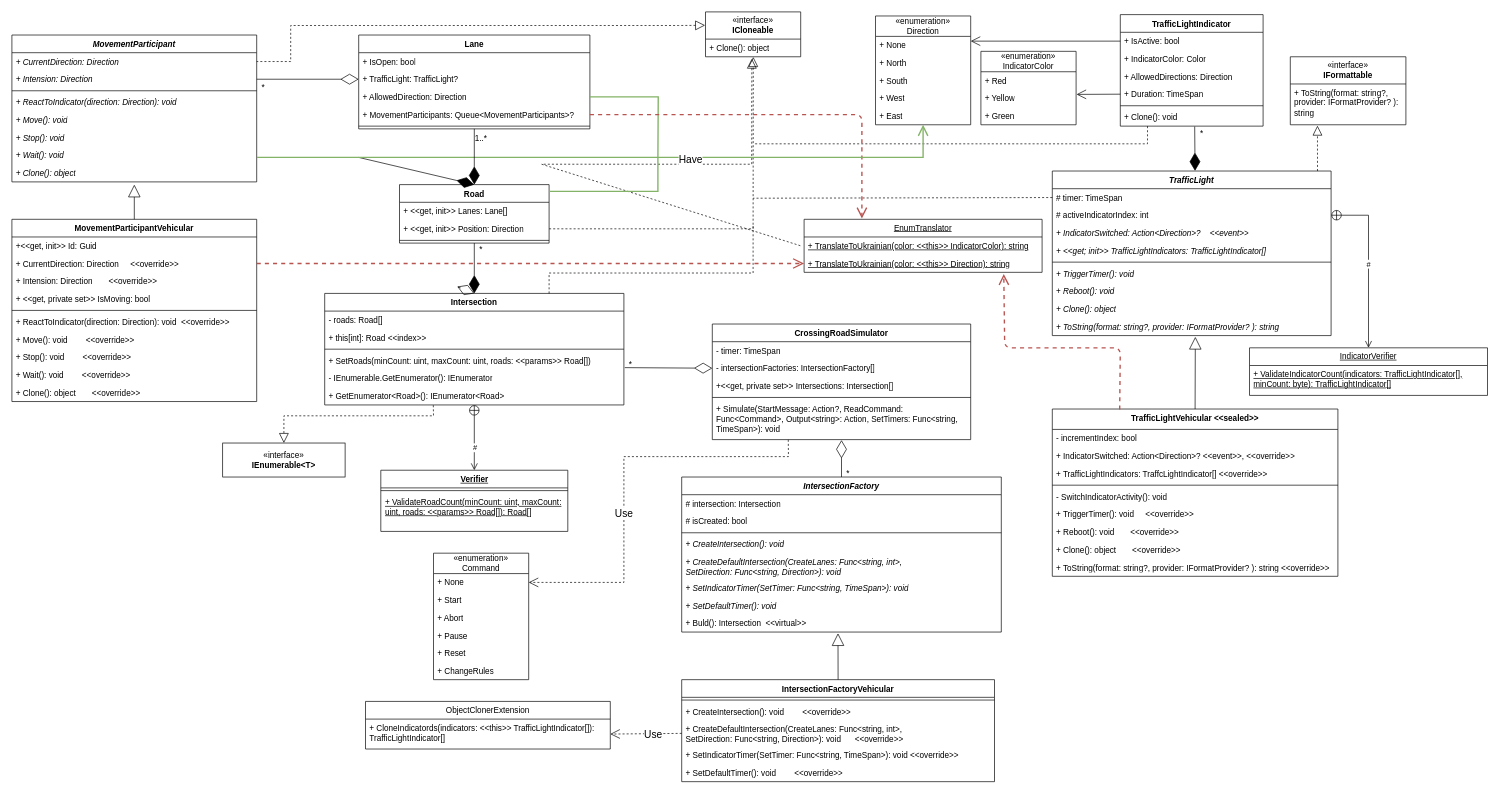
Above: Home_task_8/Diagrams/CrossRoad.drawio in bohdanex/SSWU_BohdanMykhats_NET_CAMP (draw.io), before the change. Source tidied: cells renumbered, new cells numbered last; positions are measured from the earlier drawing's top-left corner, leaving out a move shared by most shapes. Both pictures are drawn from the tidied source at 68%, with x=0, y=0 at pixel (12, 12).
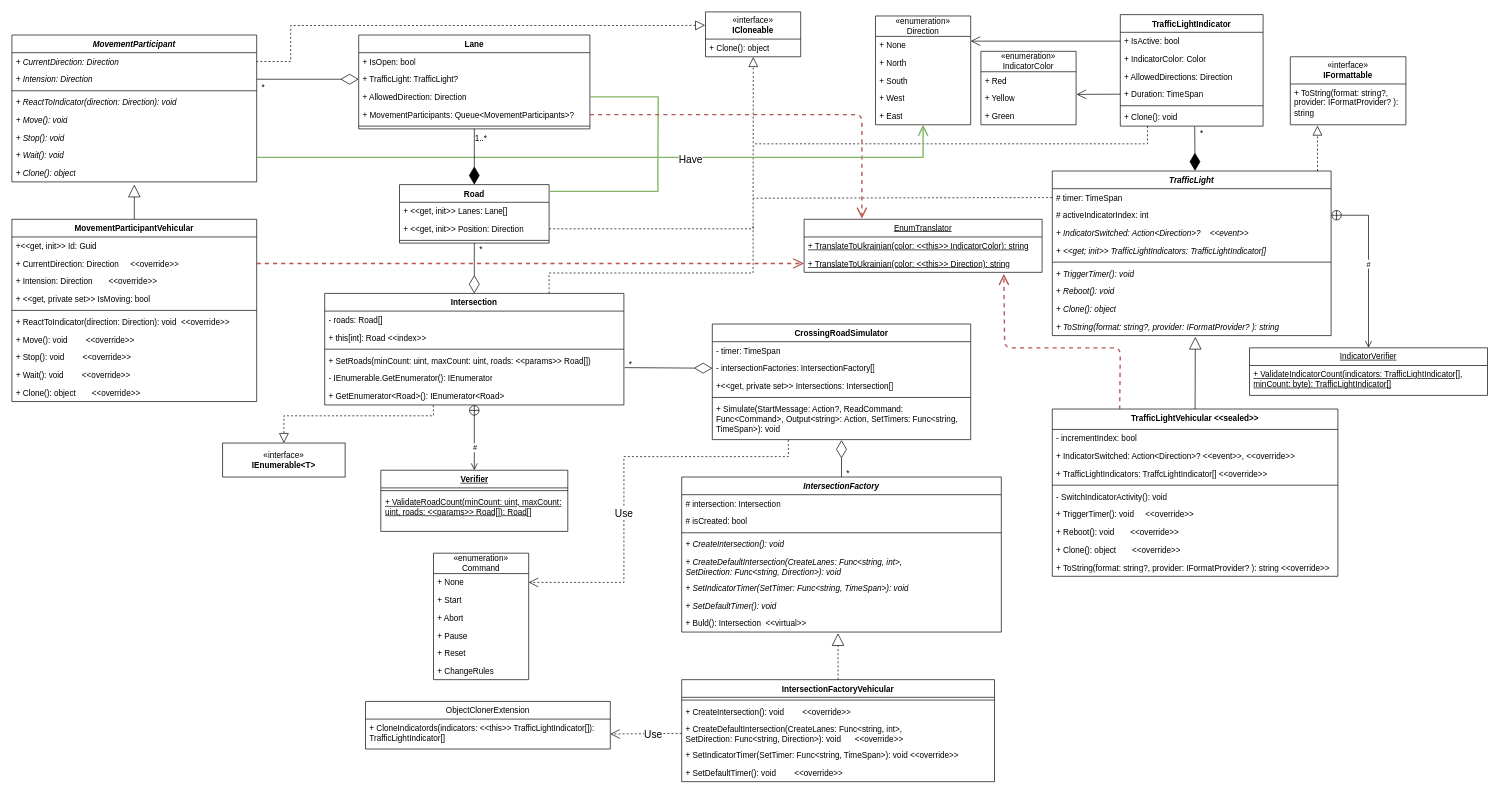
Above is the later version.

The change refers to these unchanged cells:
```xml
<mxCell id="9" value="Road" style="swimlane;fontStyle=1;align=center;verticalAlign=top;horizontal=1;startSize=26;whiteSpace=wrap;html=1;" parent="1" vertex="1">
  <mxGeometry x="570" y="254" width="220" height="86" as="geometry" />
</mxCell>
<mxCell id="13" value="Intersection" style="swimlane;fontStyle=1;align=center;verticalAlign=top;horizontal=1;startSize=26;whiteSpace=wrap;html=1;" parent="1" vertex="1">
  <mxGeometry x="460" y="414" width="440" height="164" as="geometry" />
</mxCell>
<mxCell id="24" value="+ Clone(): object" style="text;strokeColor=none;fillColor=none;align=left;verticalAlign=top;spacingLeft=4;spacingRight=4;overflow=hidden;points=[[0,0.5],[1,0.5]];portConstraint=eastwest;whiteSpace=wrap;html=1;" parent="23" vertex="1">
  <mxGeometry y="40" width="140" height="26" as="geometry" />
</mxCell>
<mxCell id="59" value="+ Buld(): Intersection&lt;span style=&quot;white-space: pre;&quot;&gt; &lt;/span&gt;&lt;span style=&quot;white-space: pre;&quot;&gt; &lt;/span&gt;&amp;lt;&amp;lt;virtual&amp;gt;&amp;gt;" style="text;strokeColor=none;fillColor=none;align=left;verticalAlign=top;spacingLeft=4;spacingRight=4;overflow=hidden;points=[[0,0.5],[1,0.5]];portConstraint=eastwest;whiteSpace=wrap;html=1;fontStyle=0;" parent="51" vertex="1">
  <mxGeometry y="202" width="470" height="26" as="geometry" />
</mxCell>
<mxCell id="60" value="IntersectionFactoryVehicular" style="swimlane;fontStyle=1;align=center;verticalAlign=top;horizontal=1;startSize=26;whiteSpace=wrap;html=1;" parent="1" vertex="1">
  <mxGeometry x="985" y="982" width="460" height="150" as="geometry" />
</mxCell>
```

Change to the diagram source:
```diff
@@
-    <mxCell id="72" style="endArrow=diamondThin;endFill=1;endSize=24;html=1;rounded=0;entryX=0.5;entryY=0;entryDx=0;entryDy=0;exitX=0.502;exitY=1.031;exitDx=0;exitDy=0;exitPerimeter=0;" parent="1" edge="1" target="9">
-      <mxGeometry relative="1" as="geometry">
-        <mxPoint x="510" y="214" as="sourcePoint" />
-      </mxGeometry>
-    </mxCell>
-    <mxCell id="73" style="endArrow=diamondThin;endFill=0;endSize=24;html=1;rounded=0;entryX=0.5;entryY=0;entryDx=0;entryDy=0;exitX=0.504;exitY=1.033;exitDx=0;exitDy=0;exitPerimeter=0;" parent="1" edge="1" target="13">
-      <mxGeometry relative="1" as="geometry">
-        <mxPoint x="660" y="406" as="sourcePoint" />
-      </mxGeometry>
-    </mxCell>
@@
-    <mxCell id="101" style="endArrow=block;endSize=16;endFill=0;html=1;rounded=0;exitX=0.5;exitY=0;exitDx=0;exitDy=0;entryX=0.489;entryY=1.066;entryDx=0;entryDy=0;entryPerimeter=0;" parent="1" edge="1" source="60" target="59">
+    <mxCell id="101" style="endArrow=block;endSize=16;endFill=0;html=1;rounded=0;exitX=0.5;exitY=0;exitDx=0;exitDy=0;entryX=0.489;entryY=1.066;entryDx=0;entryDy=0;entryPerimeter=0;dashed=1;" parent="1" edge="1" source="60" target="59">
       <mxGeometry relative="1" as="geometry" />
     </mxCell>
@@
-    <mxCell id="126" style="endArrow=none;dashed=1;html=1;rounded=0;exitX=0.487;exitY=1.107;exitDx=0;exitDy=0;exitPerimeter=0;entryX=0.792;entryY=1.141;entryDx=0;entryDy=0;endSize=12;startSize=12;startArrow=block;startFill=0;entryPerimeter=0;" parent="1" edge="1" source="24">
-      <mxGeometry relative="1" as="geometry">
-        <mxPoint x="1160" y="344" as="targetPoint" />
-        <Array as="points">
-          <mxPoint x="1088" y="134" />
-          <mxPoint x="1088" y="224" />
-          <mxPoint x="779" y="224" />
-        </Array>
-      </mxGeometry>
-    </mxCell>
@@
-    <mxCell id="150" style="endArrow=diamondThin;endFill=1;endSize=24;html=1;rounded=0;entryX=0.5;entryY=0;entryDx=0;entryDy=0;exitX=0.5;exitY=1;exitDx=0;exitDy=0;" parent="1" edge="1" source="9" target="13">
+    <mxCell id="150" style="endArrow=diamondThin;endFill=0;endSize=24;html=1;rounded=0;entryX=0.5;entryY=0;entryDx=0;entryDy=0;exitX=0.5;exitY=1;exitDx=0;exitDy=0;" parent="1" edge="1" source="9" target="13">
       <mxGeometry relative="1" as="geometry" />
     </mxCell>
```
